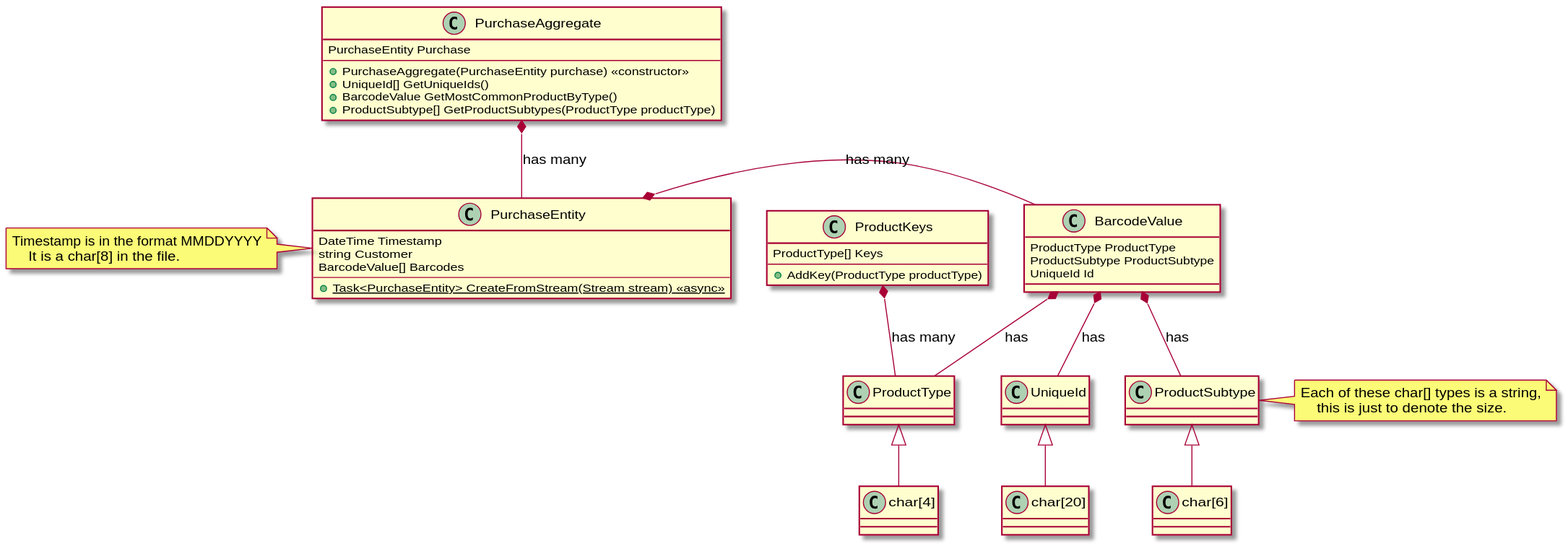
aholmes/2020-InterviewRound3 keeps this PlantUML diagram as docs/classStructure.svg. Above is the earlier version.
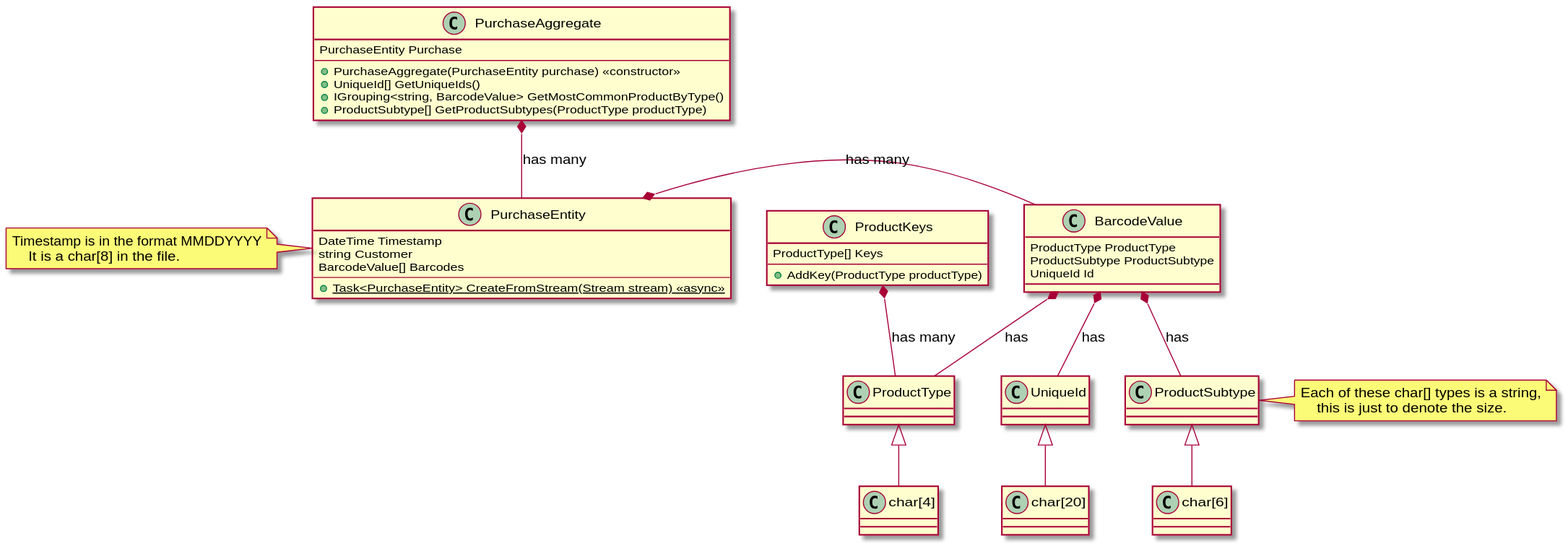
After the commit.

Change to the diagram source:
```diff
@@ -23,7 +23,7 @@
     --
     +PurchaseAggregate(PurchaseEntity purchase) <<constructor>>
     +UniqueId[] GetUniqueIds()
-    +BarcodeValue GetMostCommonProductByType()
+    +IGrouping<string, BarcodeValue> GetMostCommonProductByType()
     +ProductSubtype[] GetProductSubtypes(ProductType productType)
 }
 
```
